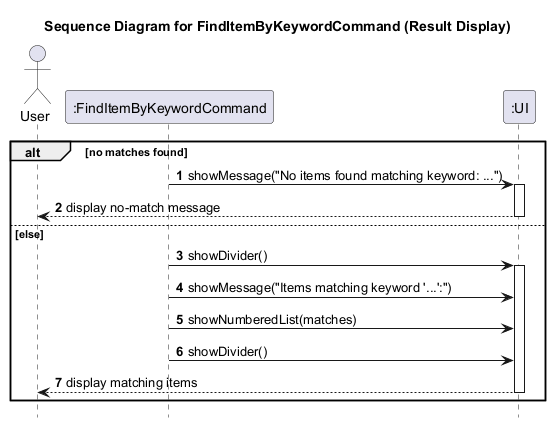
The PlantUML diagram docs/diagrams/sequence/FindItemByKeywordCommandDisplayFlow.png in KOIiiii07/tp, before a commit. Source of this version:
```plantuml
@startuml
title Sequence Diagram for FindItemByKeywordCommand (Result Display)

autonumber
hide footbox

actor User
participant ":FindItemByKeywordCommand" as FindItemByKeywordCommand
participant ":UI" as UI

alt no matches found
    FindItemByKeywordCommand -> UI: showMessage("No items found matching keyword: ...")
    activate UI
    UI --> User: display no-match message
    deactivate UI
else else
    FindItemByKeywordCommand -> UI: showDivider()
    activate UI
    FindItemByKeywordCommand -> UI: showMessage("Items matching keyword '...':")
    FindItemByKeywordCommand -> UI: showNumberedList(matches)
    FindItemByKeywordCommand -> UI: showDivider()
    UI --> User: display matching items
    deactivate UI
end
@enduml
```
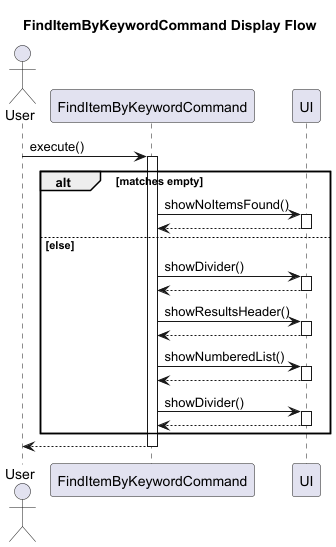
After the change.

Commit message:
DG & UI Fixes v2 - fixed DeleteItemCommandExecutionFlow.puml and FindItemByKeywordCommand Diagrams

What changed in the source:
```diff
@@ -1,25 +1,42 @@
 @startuml
-title Sequence Diagram for FindItemByKeywordCommand (Result Display)
-
-autonumber
-hide footbox
+title FindItemByKeywordCommand Display Flow
 
 actor User
-participant ":FindItemByKeywordCommand" as FindItemByKeywordCommand
-participant ":UI" as UI
+participant FindItemByKeywordCommand
+participant UI
 
-alt no matches found
-    FindItemByKeywordCommand -> UI: showMessage("No items found matching keyword: ...")
+User -> FindItemByKeywordCommand : execute()
+activate FindItemByKeywordCommand
+
+alt matches empty
+    FindItemByKeywordCommand -> UI : showNoItemsFound()
     activate UI
-    UI --> User: display no-match message
+    UI --> FindItemByKeywordCommand
     deactivate UI
+
 else else
-    FindItemByKeywordCommand -> UI: showDivider()
+    FindItemByKeywordCommand -> UI : showDivider()
     activate UI
-    FindItemByKeywordCommand -> UI: showMessage("Items matching keyword '...':")
-    FindItemByKeywordCommand -> UI: showNumberedList(matches)
-    FindItemByKeywordCommand -> UI: showDivider()
-    UI --> User: display matching items
+    UI --> FindItemByKeywordCommand
+    deactivate UI
+
+    FindItemByKeywordCommand -> UI : showResultsHeader()
+    activate UI
+    UI --> FindItemByKeywordCommand
+    deactivate UI
+
+    FindItemByKeywordCommand -> UI : showNumberedList()
+    activate UI
+    UI --> FindItemByKeywordCommand
+    deactivate UI
+
+    FindItemByKeywordCommand -> UI : showDivider()
+    activate UI
+    UI --> FindItemByKeywordCommand
     deactivate UI
 end
+
+FindItemByKeywordCommand --> User
+deactivate FindItemByKeywordCommand
+
 @enduml
```
